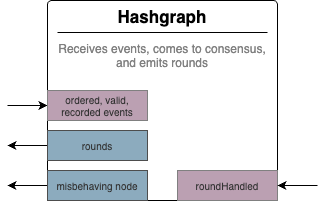
The draw.io diagram platform-sdk/docs/proposals/consensus-layer/hashgraph-module.png in hashgraph/hedera-services, before a commit. Source tidied: cells renumbered, new cells last; positions are measured from the earlier drawing's top-left corner, leaving out a move shared by most shapes.
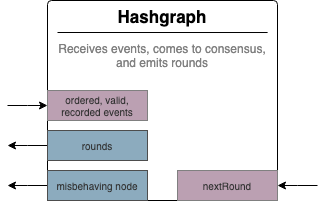
Later version of the same file.

Commit message:
Fix missed method name

Change to the diagram source:
```diff
@@ -35,7 +35,7 @@
     <mxCell id="9" value="misbehaving node" style="rounded=0;whiteSpace=wrap;html=1;fontSize=10;fontColor=#333333;strokeColor=#4D4D4D;shadow=0;glass=0;align=center;verticalAlign=middle;fontFamily=Helvetica;fillColor=#8CABBE;" parent="1" vertex="1">
       <mxGeometry x="40" y="170" width="100" height="30" as="geometry" />
     </mxCell>
-    <mxCell id="10" value="roundHandled" style="rounded=0;whiteSpace=wrap;html=1;fontSize=10;fontColor=#333333;strokeColor=#808080;shadow=0;glass=0;align=center;verticalAlign=middle;fontFamily=Helvetica;fillColor=#BBA0B2;" parent="1" vertex="1">
+    <mxCell id="10" value="nextRound" style="rounded=0;whiteSpace=wrap;html=1;fontSize=10;fontColor=#333333;strokeColor=#808080;shadow=0;glass=0;align=center;verticalAlign=middle;fontFamily=Helvetica;fillColor=#BBA0B2;" parent="1" vertex="1">
       <mxGeometry x="170" y="170" width="100" height="30" as="geometry" />
     </mxCell>
     <mxCell id="11" style="edgeStyle=orthogonalEdgeStyle;rounded=0;orthogonalLoop=1;jettySize=auto;html=1;" parent="1" edge="1">
```
